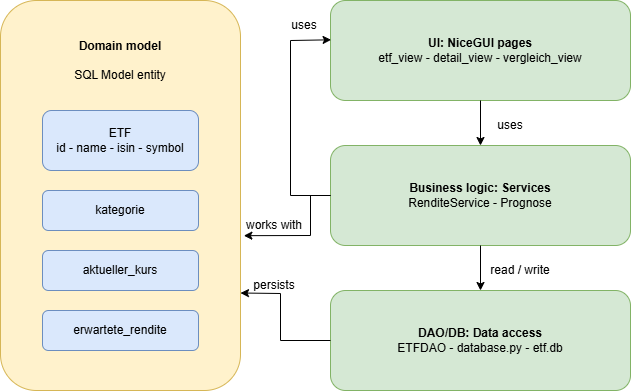
Above: docs/architecture-diagrams/uml_class_architecture.png in janisgiolo04/Test_Program (draw.io), before the change. Source tidied: cells renumbered, new cells last; positions are measured from the earlier drawing's top-left corner, leaving out a move shared by most shapes.
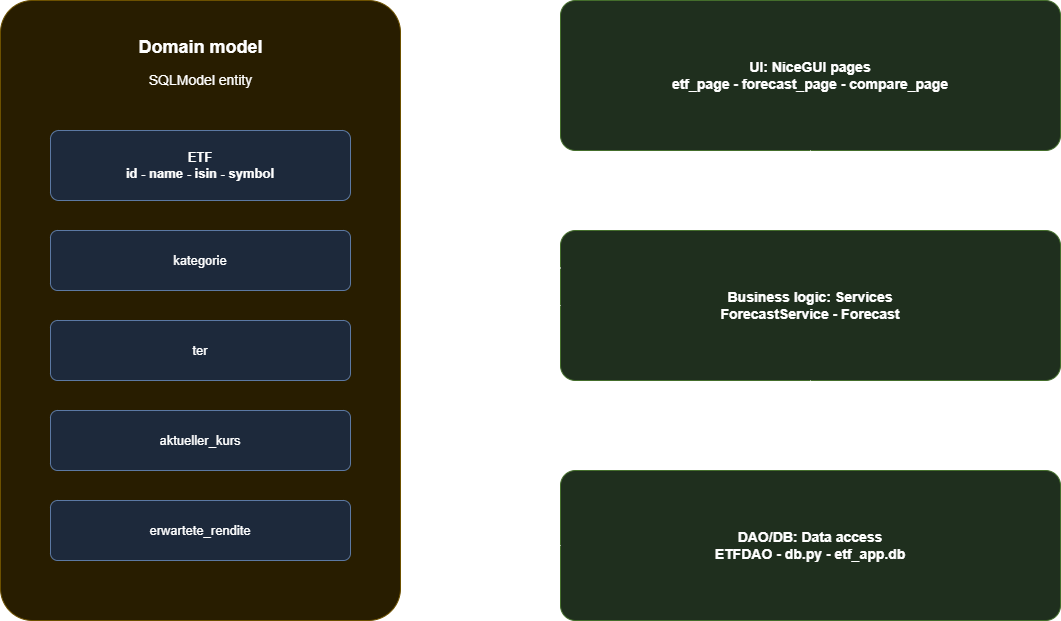
After the change.

The edit, as a diff of the source:
```diff
@@ -2,77 +2,68 @@
   <root>
     <mxCell id="0" />
     <mxCell id="1" parent="0" />
-    <mxCell id="2" style="rounded=1;whiteSpace=wrap;html=1;rotation=90;fillColor=#fff2cc;strokeColor=#d6b656;" parent="1" vertex="1">
-      <mxGeometry y="75" width="390" height="240" as="geometry" />
-    </mxCell>
-    <mxCell id="3" value="&lt;b&gt;Domain model&lt;/b&gt;&lt;div&gt;&lt;br&gt;&lt;/div&gt;&lt;div&gt;SQL Model entity&lt;/div&gt;" style="text;html=1;whiteSpace=wrap;strokeColor=none;fillColor=none;align=center;verticalAlign=middle;rounded=0;" parent="1" vertex="1">
-      <mxGeometry x="145" y="30" width="100" height="60" as="geometry" />
-    </mxCell>
+    <mxCell id="21" style="rounded=1;whiteSpace=wrap;html=1;arcSize=8;fillColor=#FFF2CC;strokeColor=#D6B656;verticalAlign=top;" parent="1" vertex="1">
+      <mxGeometry x="-25" y="-10" width="400" height="620" as="geometry" />
+    </mxCell>
+    <mxCell id="22" value="Domain model" style="text;html=1;align=center;fontSize=18;fontStyle=1;" parent="1" vertex="1">
+      <mxGeometry x="55" y="20" width="240" height="30" as="geometry" />
+    </mxCell>
+    <mxCell id="23" value="SQLModel entity" style="text;html=1;align=center;fontSize=14;" parent="1" vertex="1">
+      <mxGeometry x="55" y="55" width="240" height="24" as="geometry" />
+    </mxCell>
-    <mxCell id="4" value="ETF&lt;div&gt;id - name - isin - symbol&lt;/div&gt;" style="rounded=1;whiteSpace=wrap;html=1;fillColor=#dae8fc;strokeColor=#6c8ebf;" parent="1" vertex="1">
-      <mxGeometry x="117" y="110" width="156" height="60" as="geometry" />
+    <mxCell id="4" value="ETF&#10;id - name - isin - symbol" style="rounded=1;whiteSpace=wrap;html=1;arcSize=12;fillColor=#DAE8FC;strokeColor=#6C8EBF;fontSize=13;fontStyle=1;" parent="1" vertex="1">
+      <mxGeometry x="25" y="120" width="300" height="70" as="geometry" />
     </mxCell>
-    <mxCell id="5" value="kategorie" style="rounded=1;whiteSpace=wrap;html=1;fillColor=#dae8fc;strokeColor=#6c8ebf;" parent="1" vertex="1">
-      <mxGeometry x="117" y="190" width="156" height="40" as="geometry" />
+    <mxCell id="5" value="kategorie" style="rounded=1;whiteSpace=wrap;html=1;arcSize=12;fillColor=#DAE8FC;strokeColor=#6C8EBF;fontSize=13;" parent="1" vertex="1">
+      <mxGeometry x="25" y="220" width="300" height="60" as="geometry" />
     </mxCell>
+    <mxCell id="24" value="ter" style="rounded=1;whiteSpace=wrap;html=1;arcSize=12;fillColor=#DAE8FC;strokeColor=#6C8EBF;fontSize=13;" parent="1" vertex="1">
+      <mxGeometry x="25" y="310" width="300" height="60" as="geometry" />
+    </mxCell>
-    <mxCell id="6" value="aktueller_kurs" style="rounded=1;whiteSpace=wrap;html=1;fillColor=#dae8fc;strokeColor=#6c8ebf;" parent="1" vertex="1">
-      <mxGeometry x="117" y="250" width="156" height="40" as="geometry" />
+    <mxCell id="6" value="aktueller_kurs" style="rounded=1;whiteSpace=wrap;html=1;arcSize=12;fillColor=#DAE8FC;strokeColor=#6C8EBF;fontSize=13;" parent="1" vertex="1">
+      <mxGeometry x="25" y="400" width="300" height="60" as="geometry" />
     </mxCell>
-    <mxCell id="7" value="erwartete_rendite" style="rounded=1;whiteSpace=wrap;html=1;fillColor=#dae8fc;strokeColor=#6c8ebf;" parent="1" vertex="1">
-      <mxGeometry x="117" y="310" width="156" height="40" as="geometry" />
+    <mxCell id="7" value="erwartete_rendite" style="rounded=1;whiteSpace=wrap;html=1;arcSize=12;fillColor=#DAE8FC;strokeColor=#6C8EBF;fontSize=13;" parent="1" vertex="1">
+      <mxGeometry x="25" y="490" width="300" height="60" as="geometry" />
     </mxCell>
-    <mxCell id="8" value="&lt;b&gt;UI: NiceGUI pages&lt;br&gt;&lt;/b&gt;&lt;div&gt;etf_view - detail_view - vergleich_view&lt;/div&gt;" style="rounded=1;whiteSpace=wrap;html=1;fillColor=#d5e8d4;strokeColor=#82b366;" parent="1" vertex="1">
-      <mxGeometry x="405" width="300" height="100" as="geometry" />
-    </mxCell>
-    <mxCell id="9" value="&lt;b&gt;Business logic: Services&lt;/b&gt;&lt;div&gt;RenditeService - Prognose&lt;/div&gt;" style="rounded=1;whiteSpace=wrap;html=1;fillColor=#d5e8d4;strokeColor=#82b366;" parent="1" vertex="1">
-      <mxGeometry x="405" y="145" width="300" height="100" as="geometry" />
-    </mxCell>
-    <mxCell id="10" value="&lt;b&gt;DAO/DB: Data access&lt;/b&gt;&lt;div&gt;ETFDAO - database.py - etf.db&lt;/div&gt;" style="rounded=1;whiteSpace=wrap;html=1;fillColor=#d5e8d4;strokeColor=#82b366;" parent="1" vertex="1">
-      <mxGeometry x="405" y="290" width="300" height="100" as="geometry" />
-    </mxCell>
-    <mxCell id="11" style="endArrow=classic;html=1;rounded=0;exitX=0.5;exitY=1;exitDx=0;exitDy=0;entryX=0.5;entryY=0;entryDx=0;entryDy=0;" parent="1" edge="1" source="8" target="9">
-      <mxGeometry relative="1" as="geometry" />
-    </mxCell>
-    <mxCell id="12" value="uses" style="text;html=1;whiteSpace=wrap;strokeColor=none;fillColor=none;align=center;verticalAlign=middle;rounded=0;" parent="1" vertex="1">
-      <mxGeometry x="555" y="110" width="60" height="30" as="geometry" />
-    </mxCell>
-    <mxCell id="13" style="endArrow=classic;html=1;rounded=0;exitX=0.5;exitY=1;exitDx=0;exitDy=0;entryX=0.5;entryY=0;entryDx=0;entryDy=0;" parent="1" edge="1" source="9" target="10">
-      <mxGeometry relative="1" as="geometry" />
-    </mxCell>
+    <mxCell id="25" value="UI: NiceGUI pages&#10;etf_page - forecast_page - compare_page" style="rounded=1;whiteSpace=wrap;html=1;arcSize=10;fillColor=#D5E8D4;strokeColor=#82B366;fontSize=14;fontStyle=1;" parent="1" vertex="1">
+      <mxGeometry x="535" y="-10" width="500" height="150" as="geometry" />
+    </mxCell>
+    <mxCell id="26" value="Business logic: Services&#10;ForecastService - Forecast" style="rounded=1;whiteSpace=wrap;html=1;arcSize=10;fillColor=#D5E8D4;strokeColor=#82B366;fontSize=14;fontStyle=1;" parent="1" vertex="1">
+      <mxGeometry x="535" y="220" width="500" height="150" as="geometry" />
+    </mxCell>
+    <mxCell id="27" value="DAO/DB: Data access&#10;ETFDAO - db.py - etf_app.db" style="rounded=1;whiteSpace=wrap;html=1;arcSize=10;fillColor=#D5E8D4;strokeColor=#82B366;fontSize=14;fontStyle=1;" parent="1" vertex="1">
+      <mxGeometry x="535" y="460" width="500" height="150" as="geometry" />
+    </mxCell>
+    <mxCell id="28" value="uses" style="endArrow=classic;html=1;rounded=0;fontSize=13;exitX=0;exitY=0.25;exitDx=0;exitDy=0;entryX=0;entryY=0.5;entryDx=0;entryDy=0;labelBackgroundColor=none;" parent="1" edge="1" source="26" target="25">
+      <mxGeometry relative="1" as="geometry">
+        <Array as="points">
+          <mxPoint x="455" y="257" />
+          <mxPoint x="455" y="65" />
+        </Array>
+      </mxGeometry>
+    </mxCell>
+    <mxCell id="29" value="uses" style="endArrow=classic;html=1;rounded=0;fontSize=13;exitX=0.5;exitY=1;exitDx=0;exitDy=0;entryX=0.5;entryY=0;entryDx=0;entryDy=0;labelBackgroundColor=none;" parent="1" edge="1" source="25" target="26">
+      <mxGeometry relative="1" as="geometry" />
+    </mxCell>
-    <mxCell id="14" value="read / write" style="text;html=1;whiteSpace=wrap;strokeColor=none;fillColor=none;align=center;verticalAlign=middle;rounded=0;" parent="1" vertex="1">
-      <mxGeometry x="555" y="255" width="80" height="30" as="geometry" />
+    <mxCell id="14" value="read / write" style="endArrow=classic;html=1;rounded=0;fontSize=13;exitX=0.5;exitY=1;exitDx=0;exitDy=0;entryX=0.5;entryY=0;entryDx=0;entryDy=0;labelBackgroundColor=none;" parent="1" edge="1" source="26" target="27">
+      <mxGeometry relative="1" as="geometry" />
     </mxCell>
-    <mxCell id="15" style="endArrow=classic;html=1;rounded=0;exitX=0;exitY=0.5;exitDx=0;exitDy=0;entryX=0.002;entryY=0.393;entryDx=0;entryDy=0;entryPerimeter=0;" parent="1" edge="1" source="9" target="8">
-      <mxGeometry relative="1" as="geometry">
-        <Array as="points">
-          <mxPoint x="365" y="195" />
-          <mxPoint x="365" y="40" />
-        </Array>
-      </mxGeometry>
-    </mxCell>
-    <mxCell id="16" value="uses" style="text;html=1;whiteSpace=wrap;strokeColor=none;fillColor=none;align=center;verticalAlign=middle;rounded=0;" parent="1" vertex="1">
-      <mxGeometry x="349" y="10" width="60" height="30" as="geometry" />
-    </mxCell>
-    <mxCell id="17" style="endArrow=classic;html=1;rounded=0;exitX=0;exitY=0.5;exitDx=0;exitDy=0;entryX=0.603;entryY=-0.014;entryDx=0;entryDy=0;entryPerimeter=0;" parent="1" edge="1" source="9" target="2">
-      <mxGeometry relative="1" as="geometry">
-        <Array as="points">
-          <mxPoint x="385" y="195" />
-          <mxPoint x="385" y="235" />
-        </Array>
-      </mxGeometry>
-    </mxCell>
-    <mxCell id="18" value="works with" style="text;html=1;whiteSpace=wrap;strokeColor=none;fillColor=none;align=center;verticalAlign=middle;rounded=0;" parent="1" vertex="1">
-      <mxGeometry x="319" y="210" width="60" height="30" as="geometry" />
+    <mxCell id="18" value="works with" style="endArrow=classic;html=1;rounded=0;fontSize=13;exitX=0;exitY=0.5;exitDx=0;exitDy=0;labelBackgroundColor=none;" parent="1" edge="1" source="26">
+      <mxGeometry relative="1" as="geometry">
+        <mxPoint x="375" y="295" as="targetPoint" />
+        <Array as="points">
+          <mxPoint x="455" y="295" />
+        </Array>
+      </mxGeometry>
     </mxCell>
-    <mxCell id="19" style="endArrow=classic;html=1;rounded=0;exitX=0;exitY=0.5;exitDx=0;exitDy=0;entryX=0.75;entryY=0;entryDx=0;entryDy=0;" parent="1" edge="1" source="10" target="2">
-      <mxGeometry relative="1" as="geometry">
-        <Array as="points">
-          <mxPoint x="355" y="340" />
-          <mxPoint x="355" y="293" />
-        </Array>
-      </mxGeometry>
-    </mxCell>
-    <mxCell id="20" value="persists" style="text;html=1;whiteSpace=wrap;strokeColor=none;fillColor=none;align=center;verticalAlign=middle;rounded=0;" parent="1" vertex="1">
-      <mxGeometry x="319" y="270" width="60" height="30" as="geometry" />
+    <mxCell id="20" value="persists" style="endArrow=classic;html=1;rounded=0;fontSize=13;exitX=0;exitY=0.5;exitDx=0;exitDy=0;labelBackgroundColor=none;" parent="1" edge="1" source="27">
+      <mxGeometry relative="1" as="geometry">
+        <mxPoint x="375" y="535" as="targetPoint" />
+        <Array as="points">
+          <mxPoint x="455" y="535" />
+        </Array>
+      </mxGeometry>
     </mxCell>
   </root>
 </mxGraphModel>
```
